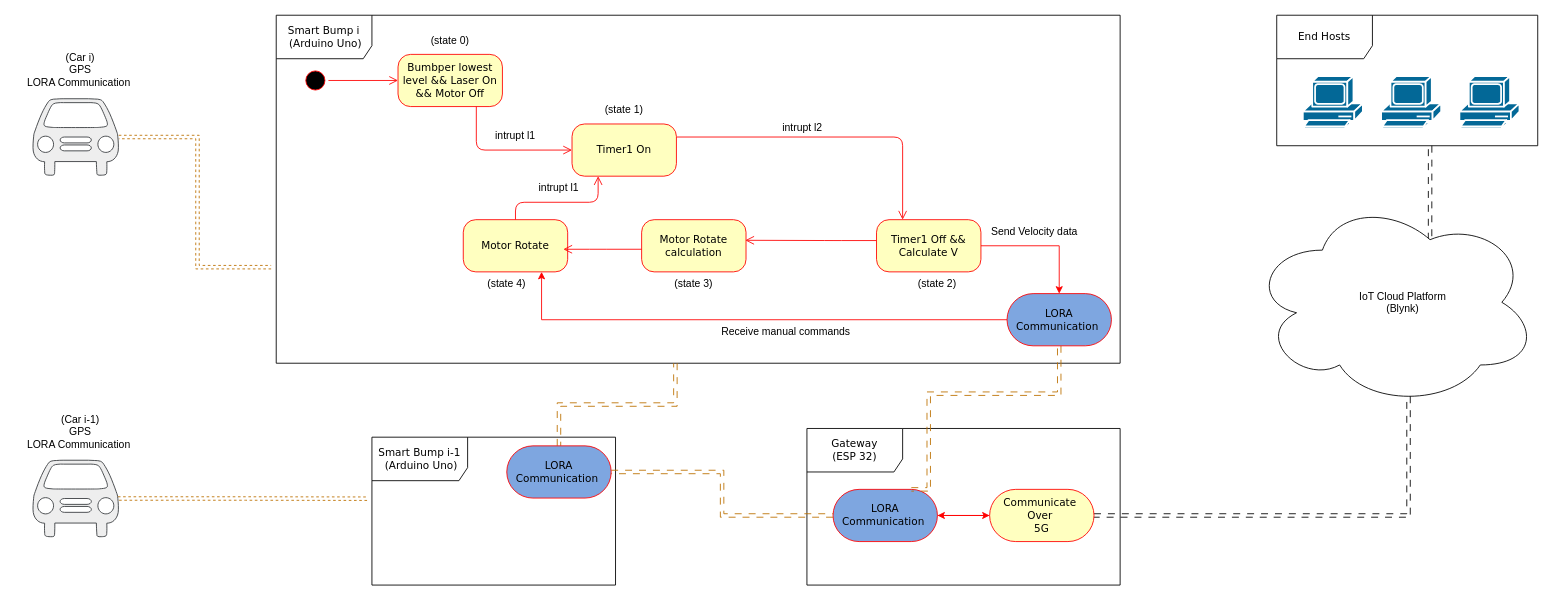
Amiirhosseini/SSBump keeps this draw.io diagram as page "old version" (1 of 4) of State Diagram.drawio. Above is the earlier version. Source tidied: cells renumbered, new cells numbered last; positions are measured from the earlier drawing's top-left corner, leaving out a move shared by most shapes. Both pictures are drawn from the tidied source at 87%, with x=0, y=0 at pixel (15, 15).
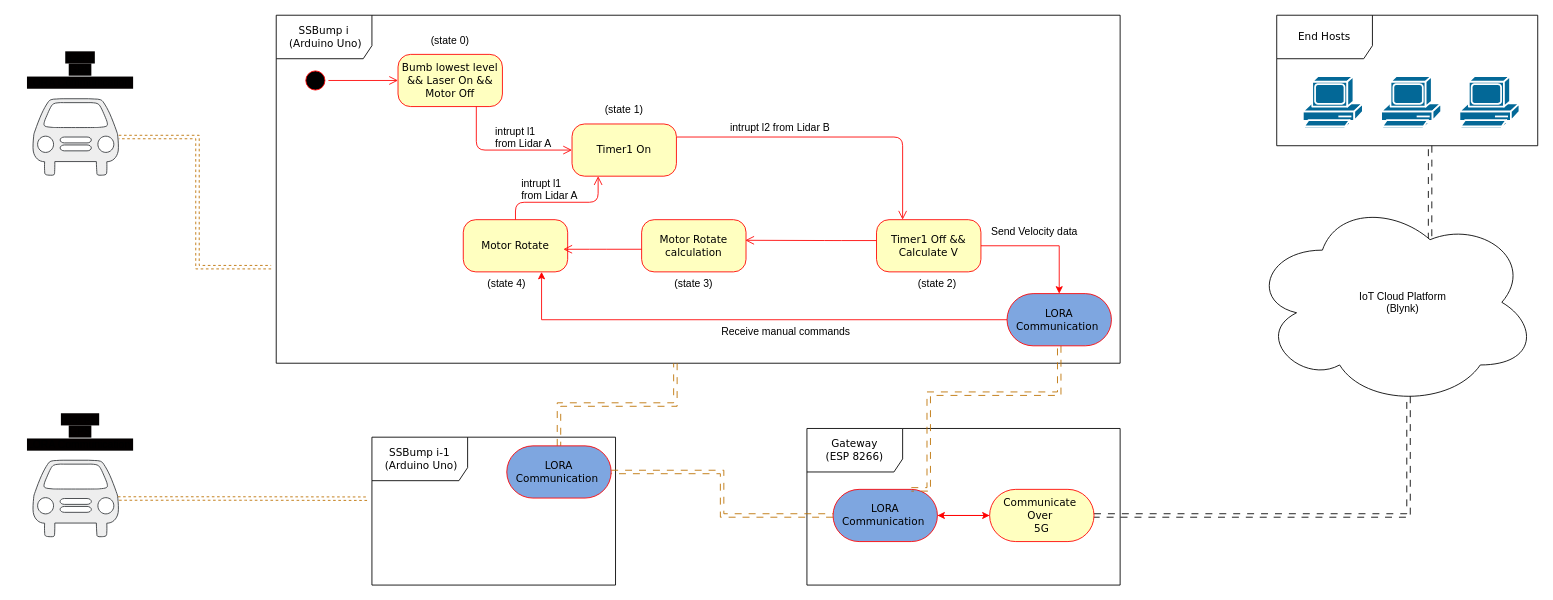
Above is the later version.

Change to the diagram source:
```diff
@@
-    <mxCell id="3" value="Bumbper lowest level &amp;amp;&amp;amp; Laser On &amp;amp;&amp;amp; Motor Off" style="rounded=1;whiteSpace=wrap;html=1;arcSize=24;fillColor=#ffffc0;strokeColor=#ff0000;shadow=0;comic=0;labelBackgroundColor=none;fontFamily=Verdana;fontSize=12;fontColor=#000000;align=center;" parent="1" vertex="1">
+    <mxCell id="3" value="Bumb lowest level &amp;amp;&amp;amp; Laser On &amp;amp;&amp;amp; Motor Off" style="rounded=1;whiteSpace=wrap;html=1;arcSize=24;fillColor=#ffffc0;strokeColor=#ff0000;shadow=0;comic=0;labelBackgroundColor=none;fontFamily=Verdana;fontSize=12;fontColor=#000000;align=center;" parent="1" vertex="1">
       <mxGeometry x="440" y="45" width="120" height="60" as="geometry" />
     </mxCell>
@@
-    <mxCell id="12" value="Smart Bump i&lt;br&gt;&amp;nbsp;(Arduino Uno)" style="shape=umlFrame;whiteSpace=wrap;html=1;rounded=1;shadow=0;comic=0;labelBackgroundColor=none;strokeWidth=1;fontFamily=Verdana;fontSize=12;align=center;width=110;height=50;" parent="1" vertex="1">
+    <mxCell id="12" value="SSBump&amp;nbsp;i&lt;br&gt;&amp;nbsp;(Arduino Uno)" style="shape=umlFrame;whiteSpace=wrap;html=1;rounded=1;shadow=0;comic=0;labelBackgroundColor=none;strokeWidth=1;fontFamily=Verdana;fontSize=12;align=center;width=110;height=50;" parent="1" vertex="1">
       <mxGeometry x="300" width="970" height="400" as="geometry" />
     </mxCell>
@@
-    <mxCell id="14" value="intrupt l1" style="text;whiteSpace=wrap;html=1;" parent="1" vertex="1">
-      <mxGeometry x="550" y="125" width="50" height="30" as="geometry" />
+    <mxCell id="14" value="intrupt l1&lt;br&gt;from Lidar A" style="text;whiteSpace=wrap;html=1;" parent="1" vertex="1">
+      <mxGeometry x="550" y="120" width="80" height="30" as="geometry" />
     </mxCell>
-    <mxCell id="15" value="intrupt l2" style="text;whiteSpace=wrap;html=1;" parent="1" vertex="1">
-      <mxGeometry x="880" y="115" width="50" height="30" as="geometry" />
+    <mxCell id="15" value="intrupt l2 from Lidar B" style="text;whiteSpace=wrap;html=1;" parent="1" vertex="1">
+      <mxGeometry x="820" y="115" width="130" height="30" as="geometry" />
     </mxCell>
@@
-    <mxCell id="19" value="intrupt l1" style="text;whiteSpace=wrap;html=1;" parent="1" vertex="1">
-      <mxGeometry x="600" y="185" width="50" height="30" as="geometry" />
+    <mxCell id="19" value="intrupt l1&lt;br&gt;from Lidar A" style="text;whiteSpace=wrap;html=1;" parent="1" vertex="1">
+      <mxGeometry x="580" y="180" width="70" height="30" as="geometry" />
     </mxCell>
@@
-    <mxCell id="30" value="Gateway&lt;br&gt;(ESP 32)" style="shape=umlFrame;whiteSpace=wrap;html=1;rounded=1;shadow=0;comic=0;labelBackgroundColor=none;strokeWidth=1;fontFamily=Verdana;fontSize=12;align=center;width=110;height=50;" parent="1" vertex="1">
+    <mxCell id="30" value="Gateway&lt;br&gt;(ESP 8266)" style="shape=umlFrame;whiteSpace=wrap;html=1;rounded=1;shadow=0;comic=0;labelBackgroundColor=none;strokeWidth=1;fontFamily=Verdana;fontSize=12;align=center;width=110;height=50;" parent="1" vertex="1">
       <mxGeometry x="910" y="475" width="360" height="180" as="geometry" />
     </mxCell>
@@
-    <mxCell id="40" value="Smart Bump i-1&lt;br&gt;&amp;nbsp;(Arduino Uno)" style="shape=umlFrame;whiteSpace=wrap;html=1;rounded=1;shadow=0;comic=0;labelBackgroundColor=none;strokeWidth=1;fontFamily=Verdana;fontSize=12;align=center;width=110;height=50;" parent="1" vertex="1">
+    <mxCell id="40" value="SSBump&amp;nbsp;i-1&lt;br&gt;&amp;nbsp;(Arduino Uno)" style="shape=umlFrame;whiteSpace=wrap;html=1;rounded=1;shadow=0;comic=0;labelBackgroundColor=none;strokeWidth=1;fontFamily=Verdana;fontSize=12;align=center;width=110;height=50;" parent="1" vertex="1">
       <mxGeometry x="410" y="485" width="280" height="170" as="geometry" />
     </mxCell>
@@
-    <mxCell id="46" value="&lt;div style=&quot;&quot;&gt;(Car i)&lt;/div&gt;&lt;div style=&quot;&quot;&gt;GPS&lt;/div&gt;&lt;div style=&quot;&quot;&gt;LORA Communication&amp;nbsp;&lt;/div&gt;" style="text;whiteSpace=wrap;html=1;align=center;" parent="1" vertex="1">
+    <mxCell id="46" value="&lt;div style=&quot;&quot;&gt;&lt;span style=&quot;background-color: rgb(3, 0, 0);&quot;&gt;(Car i)&lt;/span&gt;&lt;/div&gt;&lt;div style=&quot;&quot;&gt;&lt;span style=&quot;background-color: rgb(3, 0, 0);&quot;&gt;GPS&lt;/span&gt;&lt;/div&gt;&lt;div style=&quot;&quot;&gt;&lt;span style=&quot;background-color: rgb(3, 0, 0);&quot;&gt;LORA Communication&amp;nbsp;&lt;/span&gt;&lt;/div&gt;" style="text;whiteSpace=wrap;html=1;align=center;" parent="1" vertex="1">
       <mxGeometry y="35" width="150" height="50" as="geometry" />
     </mxCell>
@@
-    <mxCell id="49" value="&lt;div style=&quot;&quot;&gt;(Car i-1)&lt;/div&gt;&lt;div style=&quot;&quot;&gt;GPS&lt;/div&gt;&lt;div style=&quot;&quot;&gt;LORA Communication&amp;nbsp;&lt;/div&gt;" style="text;whiteSpace=wrap;html=1;align=center;" parent="1" vertex="1">
+    <mxCell id="49" value="&lt;div style=&quot;&quot;&gt;&lt;span style=&quot;background-color: rgb(3, 0, 0);&quot;&gt;(Car i-1)&lt;/span&gt;&lt;/div&gt;&lt;div style=&quot;&quot;&gt;&lt;span style=&quot;background-color: rgb(3, 0, 0);&quot;&gt;GPS&lt;/span&gt;&lt;/div&gt;&lt;div style=&quot;&quot;&gt;&lt;span style=&quot;background-color: rgb(3, 0, 0);&quot;&gt;LORA Communication&amp;nbsp;&lt;/span&gt;&lt;/div&gt;" style="text;whiteSpace=wrap;html=1;align=center;" parent="1" vertex="1">
       <mxGeometry y="450.5" width="150" height="50" as="geometry" />
     </mxCell>
```
